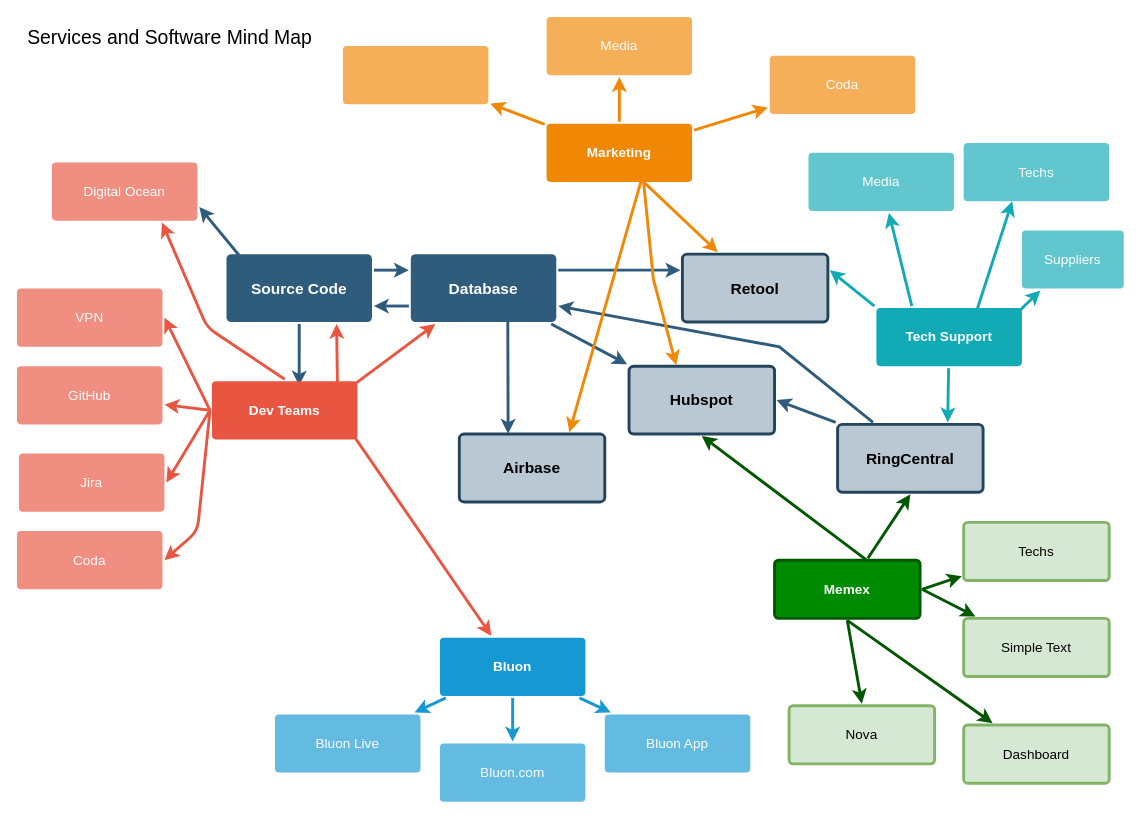
Above: startingFolder-Other/team_services.drawio in Bluon-Kyle/diagrams-drawings (draw.io), before the change. Source tidied: cells renumbered, new cells numbered last; positions are measured from the earlier drawing's top-left corner, leaving out a move shared by most shapes. Both pictures are drawn from the tidied source at 97%, with x=0, y=0 at pixel (16, 16).
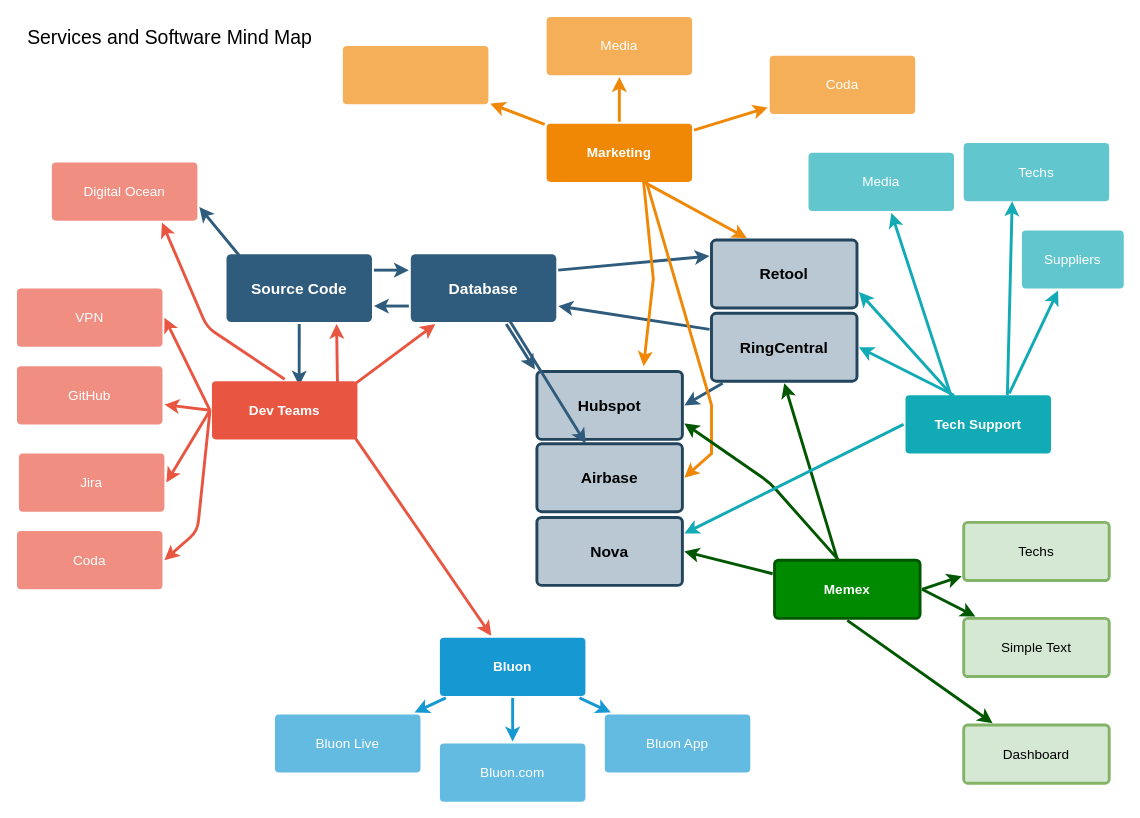
The same diagram, later.

Unchanged cells that the change refers to:
```xml
<mxCell id="27" value="Media" style="rounded=1;whiteSpace=wrap;html=1;shadow=0;labelBackgroundColor=none;strokeColor=none;strokeWidth=3;fillColor=#61c6ce;fontFamily=Helvetica;fontSize=14;fontColor=#FFFFFF;align=center;spacing=5;fontStyle=0;arcSize=7;perimeterSpacing=2;" parent="1" vertex="1">
  <mxGeometry x="816" y="140" width="150" height="60" as="geometry" />
</mxCell>
<mxCell id="29" value="Suppliers" style="rounded=1;whiteSpace=wrap;html=1;shadow=0;labelBackgroundColor=none;strokeColor=none;strokeWidth=3;fillColor=#61c6ce;fontFamily=Helvetica;fontSize=14;fontColor=#FFFFFF;align=center;spacing=5;fontStyle=0;arcSize=7;perimeterSpacing=2;" parent="1" vertex="1">
  <mxGeometry x="1036" y="220" width="105" height="60" as="geometry" />
</mxCell>
<mxCell id="33" value="Database" style="rounded=1;whiteSpace=wrap;html=1;shadow=0;labelBackgroundColor=none;strokeColor=none;strokeWidth=3;fillColor=#2F5B7C;fontFamily=Helvetica;fontSize=16;fontColor=#FFFFFF;align=center;fontStyle=1;spacing=5;arcSize=7;perimeterSpacing=2;glass=0;sketch=0;" parent="1" vertex="1">
  <mxGeometry x="406" y="244.5" width="150" height="70" as="geometry" />
</mxCell>
<mxCell id="35" value="Memex" style="rounded=1;whiteSpace=wrap;html=1;shadow=0;labelBackgroundColor=none;strokeColor=#005700;strokeWidth=3;fillColor=#008a00;fontFamily=Helvetica;fontSize=14;align=center;spacing=5;fontStyle=1;arcSize=7;perimeterSpacing=2;fontColor=#ffffff;" parent="1" vertex="1">
  <mxGeometry x="781" y="560" width="150" height="60" as="geometry" />
</mxCell>
```

Change to the diagram source:
```diff
@@
     <mxCell id="26" value="Tech Support" style="rounded=1;whiteSpace=wrap;html=1;shadow=0;labelBackgroundColor=none;strokeColor=none;strokeWidth=3;fillColor=#12aab5;fontFamily=Helvetica;fontSize=14;fontColor=#FFFFFF;align=center;spacing=5;fontStyle=1;arcSize=7;perimeterSpacing=2;" parent="1" vertex="1">
-      <mxGeometry x="886" y="300" width="150" height="60" as="geometry" />
+      <mxGeometry x="916" y="390" width="150" height="60" as="geometry" />
     </mxCell>
@@
-    <mxCell id="28" style="edgeStyle=none;rounded=1;jumpStyle=none;html=1;shadow=0;labelBackgroundColor=none;startArrow=none;startFill=0;jettySize=auto;strokeColor=#12AAB5;strokeWidth=3;fontFamily=Helvetica;fontSize=14;fontColor=#FFFFFF;spacing=5;fontStyle=1;fillColor=#b0e3e6;exitX=0.25;exitY=0;exitDx=0;exitDy=0;" parent="1" edge="1" source="26" target="27">
+    <mxCell id="28" style="edgeStyle=none;rounded=1;jumpStyle=none;html=1;shadow=0;labelBackgroundColor=none;startArrow=none;startFill=0;jettySize=auto;strokeColor=#12AAB5;strokeWidth=3;fontFamily=Helvetica;fontSize=14;fontColor=#FFFFFF;spacing=5;fontStyle=1;fillColor=#b0e3e6;exitX=0.338;exitY=0.188;exitDx=0;exitDy=0;exitPerimeter=0;" parent="1" edge="1" source="26" target="27">
       <mxGeometry relative="1" as="geometry" />
     </mxCell>
@@
-    <mxCell id="30" style="edgeStyle=none;rounded=1;jumpStyle=none;html=1;shadow=0;labelBackgroundColor=none;startArrow=none;startFill=0;jettySize=auto;strokeColor=#12AAB5;strokeWidth=3;fontFamily=Helvetica;fontSize=14;fontColor=#FFFFFF;spacing=5;fontStyle=1;fillColor=#b0e3e6;" parent="1" edge="1" target="29">
-      <mxGeometry relative="1" as="geometry">
-        <mxPoint x="1026" y="310" as="sourcePoint" />
-      </mxGeometry>
+    <mxCell id="30" style="edgeStyle=none;rounded=1;jumpStyle=none;html=1;shadow=0;labelBackgroundColor=none;startArrow=none;startFill=0;jettySize=auto;strokeColor=#12AAB5;strokeWidth=3;fontFamily=Helvetica;fontSize=14;fontColor=#FFFFFF;spacing=5;fontStyle=1;fillColor=#b0e3e6;exitX=0.708;exitY=0;exitDx=0;exitDy=0;exitPerimeter=0;" parent="1" edge="1" source="26" target="29">
+      <mxGeometry relative="1" as="geometry" />
     </mxCell>
@@
-    <mxCell id="32" style="edgeStyle=none;rounded=1;jumpStyle=none;html=1;shadow=0;labelBackgroundColor=none;startArrow=none;startFill=0;jettySize=auto;strokeColor=#12AAB5;strokeWidth=3;fontFamily=Helvetica;fontSize=14;fontColor=#FFFFFF;spacing=5;fontStyle=1;fillColor=#b0e3e6;exitX=0.69;exitY=0.036;exitDx=0;exitDy=0;exitPerimeter=0;" parent="1" edge="1" source="26">
+    <mxCell id="32" style="edgeStyle=none;rounded=1;jumpStyle=none;html=1;shadow=0;labelBackgroundColor=none;startArrow=none;startFill=0;jettySize=auto;strokeColor=#12AAB5;strokeWidth=3;fontFamily=Helvetica;fontSize=14;fontColor=#FFFFFF;spacing=5;fontStyle=1;fillColor=#b0e3e6;exitX=0.695;exitY=0.031;exitDx=0;exitDy=0;exitPerimeter=0;" parent="1" edge="1" source="26">
       <mxGeometry relative="1" as="geometry">
         <mxPoint x="1026" y="190" as="targetPoint" />
       </mxGeometry>
     </mxCell>
@@
     <mxCell id="42" value="Hubspot" style="rounded=1;whiteSpace=wrap;html=1;shadow=0;labelBackgroundColor=none;strokeColor=#23445d;strokeWidth=3;fillColor=#bac8d3;fontFamily=Helvetica;fontSize=16;align=center;fontStyle=1;spacing=5;arcSize=7;perimeterSpacing=2;" parent="1" vertex="1">
-      <mxGeometry x="631" y="360" width="150" height="70" as="geometry" />
+      <mxGeometry x="536" y="365.5" width="150" height="70" as="geometry" />
     </mxCell>
     <mxCell id="43" value="Airbase" style="rounded=1;whiteSpace=wrap;html=1;shadow=0;labelBackgroundColor=none;strokeColor=#23445d;strokeWidth=3;fillColor=#bac8d3;fontFamily=Helvetica;fontSize=16;align=center;fontStyle=1;spacing=5;arcSize=7;perimeterSpacing=2;" parent="1" vertex="1">
-      <mxGeometry x="456" y="430" width="150" height="70" as="geometry" />
+      <mxGeometry x="536" y="440" width="150" height="70" as="geometry" />
     </mxCell>
     <mxCell id="44" value="Retool" style="rounded=1;whiteSpace=wrap;html=1;shadow=0;labelBackgroundColor=none;strokeColor=#23445d;strokeWidth=3;fillColor=#bac8d3;fontFamily=Helvetica;fontSize=16;align=center;fontStyle=1;spacing=5;arcSize=7;perimeterSpacing=2;" parent="1" vertex="1">
-      <mxGeometry x="686" y="244.5" width="150" height="70" as="geometry" />
+      <mxGeometry x="716" y="230" width="150" height="70" as="geometry" />
     </mxCell>
@@
-    <mxCell id="52" style="edgeStyle=none;rounded=1;jumpStyle=none;html=1;shadow=0;labelBackgroundColor=none;startArrow=none;startFill=0;jettySize=auto;strokeColor=#12AAB5;strokeWidth=3;fontFamily=Helvetica;fontSize=14;fontColor=#FFFFFF;spacing=5;fontStyle=1;fillColor=#b0e3e6;entryX=1;entryY=0.25;entryDx=0;entryDy=0;exitX=0;exitY=0;exitDx=0;exitDy=0;" parent="1" edge="1" source="26" target="44">
-      <mxGeometry relative="1" as="geometry" />
+    <mxCell id="52" style="edgeStyle=none;rounded=1;jumpStyle=none;html=1;shadow=0;labelBackgroundColor=none;startArrow=none;startFill=0;jettySize=auto;strokeColor=#12AAB5;strokeWidth=3;fontFamily=Helvetica;fontSize=14;fontColor=#FFFFFF;spacing=5;fontStyle=1;fillColor=#b0e3e6;entryX=1;entryY=0.5;entryDx=0;entryDy=0;" parent="1" edge="1" target="57">
+      <mxGeometry relative="1" as="geometry">
+        <mxPoint x="966" y="390" as="sourcePoint" />
+      </mxGeometry>
     </mxCell>
@@
     <mxCell id="57" value="RingCentral" style="rounded=1;whiteSpace=wrap;html=1;shadow=0;labelBackgroundColor=none;strokeColor=#23445d;strokeWidth=3;fillColor=#bac8d3;fontFamily=Helvetica;fontSize=16;align=center;fontStyle=1;spacing=5;arcSize=7;perimeterSpacing=2;" parent="1" vertex="1">
-      <mxGeometry x="846" y="420" width="150" height="70" as="geometry" />
+      <mxGeometry x="716" y="305.5" width="150" height="70" as="geometry" />
     </mxCell>
-    <mxCell id="58" style="edgeStyle=none;rounded=1;jumpStyle=none;html=1;shadow=0;labelBackgroundColor=none;startArrow=none;startFill=0;jettySize=auto;strokeColor=#005700;strokeWidth=3;fontFamily=Helvetica;fontSize=14;fontColor=#FFFFFF;spacing=5;fontStyle=1;fillColor=#008a00;entryX=0.5;entryY=1;entryDx=0;entryDy=0;" parent="1" edge="1" source="35" target="57">
-      <mxGeometry relative="1" as="geometry" />
+    <mxCell id="58" style="edgeStyle=none;rounded=1;jumpStyle=none;html=1;shadow=0;labelBackgroundColor=none;startArrow=none;startFill=0;jettySize=auto;strokeColor=#005700;strokeWidth=3;fontFamily=Helvetica;fontSize=14;fontColor=#FFFFFF;spacing=5;fontStyle=1;fillColor=#008a00;entryX=0.5;entryY=1;entryDx=0;entryDy=0;" parent="1" edge="1" target="57">
+      <mxGeometry relative="1" as="geometry">
+        <mxPoint x="846" y="560" as="sourcePoint" />
+      </mxGeometry>
     </mxCell>
-    <mxCell id="59" style="edgeStyle=none;rounded=1;jumpStyle=none;html=1;shadow=0;labelBackgroundColor=none;startArrow=none;startFill=0;jettySize=auto;strokeColor=#12AAB5;strokeWidth=3;fontFamily=Helvetica;fontSize=14;fontColor=#FFFFFF;spacing=5;fontStyle=1;fillColor=#b0e3e6;entryX=0.75;entryY=0;entryDx=0;entryDy=0;" parent="1" edge="1" source="26" target="57">
+    <mxCell id="59" style="edgeStyle=none;rounded=1;jumpStyle=none;html=1;shadow=0;labelBackgroundColor=none;startArrow=none;startFill=0;jettySize=auto;strokeColor=#12AAB5;strokeWidth=3;fontFamily=Helvetica;fontSize=14;fontColor=#FFFFFF;spacing=5;fontStyle=1;fillColor=#b0e3e6;entryX=1;entryY=0.75;entryDx=0;entryDy=0;" parent="1" edge="1" source="26" target="44">
       <mxGeometry relative="1" as="geometry" />
     </mxCell>
-    <mxCell id="60" style="edgeStyle=none;rounded=0;jumpStyle=none;html=1;shadow=0;labelBackgroundColor=none;startArrow=none;startFill=0;endArrow=classic;endFill=1;jettySize=auto;strokeColor=#2F5B7C;strokeWidth=3;fontFamily=Helvetica;fontSize=16;fontColor=#23445D;spacing=5;entryX=1;entryY=0.5;entryDx=0;entryDy=0;exitX=0;exitY=0;exitDx=0;exitDy=0;" parent="1" edge="1" source="57" target="42">
+    <mxCell id="60" style="edgeStyle=none;rounded=0;jumpStyle=none;html=1;shadow=0;labelBackgroundColor=none;startArrow=none;startFill=0;endArrow=classic;endFill=1;jettySize=auto;strokeColor=#2F5B7C;strokeWidth=3;fontFamily=Helvetica;fontSize=16;fontColor=#23445D;spacing=5;entryX=1;entryY=0.5;entryDx=0;entryDy=0;" parent="1" edge="1" source="57" target="42">
       <mxGeometry relative="1" as="geometry" />
     </mxCell>
-    <mxCell id="61" style="edgeStyle=none;rounded=0;jumpStyle=none;html=1;shadow=0;labelBackgroundColor=none;startArrow=none;startFill=0;endArrow=classic;endFill=1;jettySize=auto;strokeColor=#2F5B7C;strokeWidth=3;fontFamily=Helvetica;fontSize=16;fontColor=#23445D;spacing=5;entryX=1;entryY=0.75;entryDx=0;entryDy=0;exitX=0.25;exitY=0;exitDx=0;exitDy=0;" parent="1" edge="1" source="57" target="33">
-      <mxGeometry relative="1" as="geometry">
-        <Array as="points">
-          <mxPoint x="786" y="340" />
-        </Array>
-      </mxGeometry>
+    <mxCell id="61" style="edgeStyle=none;rounded=0;jumpStyle=none;html=1;shadow=0;labelBackgroundColor=none;startArrow=none;startFill=0;endArrow=classic;endFill=1;jettySize=auto;strokeColor=#2F5B7C;strokeWidth=3;fontFamily=Helvetica;fontSize=16;fontColor=#23445D;spacing=5;entryX=1;entryY=0.75;entryDx=0;entryDy=0;exitX=0;exitY=0.25;exitDx=0;exitDy=0;" parent="1" edge="1" source="57" target="33">
+      <mxGeometry relative="1" as="geometry" />
     </mxCell>
@@
-    <mxCell id="63" style="edgeStyle=none;rounded=0;jumpStyle=none;html=1;shadow=0;labelBackgroundColor=none;startArrow=none;startFill=0;endArrow=classic;endFill=1;jettySize=auto;strokeColor=#F08705;strokeWidth=3;fontFamily=Helvetica;fontSize=14;fontColor=#FFFFFF;spacing=5;entryX=0.329;entryY=0.014;entryDx=0;entryDy=0;entryPerimeter=0;" parent="1" edge="1" target="42">
+    <mxCell id="63" style="edgeStyle=none;rounded=0;jumpStyle=none;html=1;shadow=0;labelBackgroundColor=none;startArrow=none;startFill=0;endArrow=classic;endFill=1;jettySize=auto;orthogonalLoop=1;strokeColor=#F08705;strokeWidth=3;fontFamily=Helvetica;fontSize=14;fontColor=#FFFFFF;spacing=5;" parent="1" edge="1">
       <mxGeometry relative="1" as="geometry">
         <mxPoint x="646" y="170" as="sourcePoint" />
+        <mxPoint x="646" y="360" as="targetPoint" />
         <Array as="points">
           <mxPoint x="656" y="270" />
         </Array>
       </mxGeometry>
     </mxCell>
-    <mxCell id="64" style="edgeStyle=none;rounded=0;jumpStyle=none;html=1;shadow=0;labelBackgroundColor=none;startArrow=none;startFill=0;endArrow=classic;endFill=1;jettySize=auto;strokeColor=#F08705;strokeWidth=3;fontFamily=Helvetica;fontSize=14;fontColor=#FFFFFF;spacing=5;entryX=0.75;entryY=0;entryDx=0;entryDy=0;" parent="1" edge="1" target="43">
+    <mxCell id="64" style="edgeStyle=none;rounded=0;jumpStyle=none;html=1;shadow=0;labelBackgroundColor=none;startArrow=none;startFill=0;endArrow=classic;endFill=1;jettySize=auto;strokeColor=#F08705;strokeWidth=3;fontFamily=Helvetica;fontSize=14;fontColor=#FFFFFF;spacing=5;entryX=1;entryY=0.5;entryDx=0;entryDy=0;" parent="1" edge="1" target="43">
       <mxGeometry relative="1" as="geometry">
         <mxPoint x="646" y="160" as="sourcePoint" />
+        <Array as="points">
+          <mxPoint x="716" y="400" />
+          <mxPoint x="716" y="420" />
+          <mxPoint x="716" y="450" />
+        </Array>
       </mxGeometry>
     </mxCell>
@@
-    <mxCell id="66" style="edgeStyle=none;rounded=1;jumpStyle=none;html=1;shadow=0;labelBackgroundColor=none;startArrow=none;startFill=0;jettySize=auto;strokeColor=#005700;strokeWidth=3;fontFamily=Helvetica;fontSize=14;fontColor=#FFFFFF;spacing=5;fontStyle=1;fillColor=#008a00;entryX=0.5;entryY=1;entryDx=0;entryDy=0;" parent="1" edge="1" target="42">
+    <mxCell id="66" style="edgeStyle=none;rounded=1;jumpStyle=none;html=1;shadow=0;labelBackgroundColor=none;startArrow=none;startFill=0;jettySize=auto;strokeColor=#005700;strokeWidth=3;fontFamily=Helvetica;fontSize=14;fontColor=#FFFFFF;spacing=5;fontStyle=1;fillColor=#008a00;entryX=1;entryY=0.75;entryDx=0;entryDy=0;exitX=0.448;exitY=0.047;exitDx=0;exitDy=0;exitPerimeter=0;" parent="1" edge="1" source="35" target="42">
       <mxGeometry relative="1" as="geometry">
-        <mxPoint x="876" y="560" as="sourcePoint" />
+        <Array as="points">
+          <mxPoint x="776" y="480" />
+        </Array>
       </mxGeometry>
     </mxCell>
+    <mxCell id="68" style="edgeStyle=none;rounded=1;jumpStyle=none;html=1;shadow=0;labelBackgroundColor=none;startArrow=none;startFill=0;jettySize=auto;strokeColor=#005700;strokeWidth=3;fontFamily=Helvetica;fontSize=14;fontColor=#FFFFFF;spacing=5;fontStyle=1;fillColor=#008a00;exitX=0;exitY=0.25;exitDx=0;exitDy=0;entryX=1;entryY=0.5;entryDx=0;entryDy=0;" parent="1" edge="1" source="35" target="67">
+      <mxGeometry relative="1" as="geometry" />
+    </mxCell>
-    <mxCell id="67" value="Nova" style="rounded=1;whiteSpace=wrap;html=1;shadow=0;labelBackgroundColor=none;strokeColor=#82b366;strokeWidth=3;fillColor=#d5e8d4;fontFamily=Helvetica;fontSize=14;align=center;spacing=5;fontStyle=0;arcSize=7;perimeterSpacing=2;" parent="1" vertex="1">
-      <mxGeometry x="796" y="710" width="150" height="60" as="geometry" />
+    <mxCell id="67" value="Nova" style="rounded=1;whiteSpace=wrap;html=1;shadow=0;labelBackgroundColor=none;strokeColor=#23445d;strokeWidth=3;fillColor=#bac8d3;fontFamily=Helvetica;fontSize=16;align=center;fontStyle=1;spacing=5;arcSize=7;perimeterSpacing=2;" parent="1" vertex="1">
+      <mxGeometry x="536" y="516" width="150" height="70" as="geometry" />
     </mxCell>
-    <mxCell id="68" style="edgeStyle=none;rounded=1;jumpStyle=none;html=1;shadow=0;labelBackgroundColor=none;startArrow=none;startFill=0;jettySize=auto;strokeColor=#005700;strokeWidth=3;fontFamily=Helvetica;fontSize=14;fontColor=#FFFFFF;spacing=5;fontStyle=1;fillColor=#008a00;exitX=0.5;exitY=1;exitDx=0;exitDy=0;entryX=0.5;entryY=0;entryDx=0;entryDy=0;" parent="1" edge="1" source="35" target="67">
-      <mxGeometry relative="1" as="geometry" />
-    </mxCell>
+    <mxCell id="69" style="edgeStyle=none;rounded=1;jumpStyle=none;html=1;shadow=0;labelBackgroundColor=none;startArrow=none;startFill=0;jettySize=auto;strokeColor=#12AAB5;strokeWidth=3;fontFamily=Helvetica;fontSize=14;fontColor=#FFFFFF;spacing=5;fontStyle=1;fillColor=#b0e3e6;entryX=1;entryY=0.25;entryDx=0;entryDy=0;exitX=0;exitY=0.5;exitDx=0;exitDy=0;" parent="1" edge="1" source="26" target="67">
+      <mxGeometry relative="1" as="geometry" />
+    </mxCell>
```
